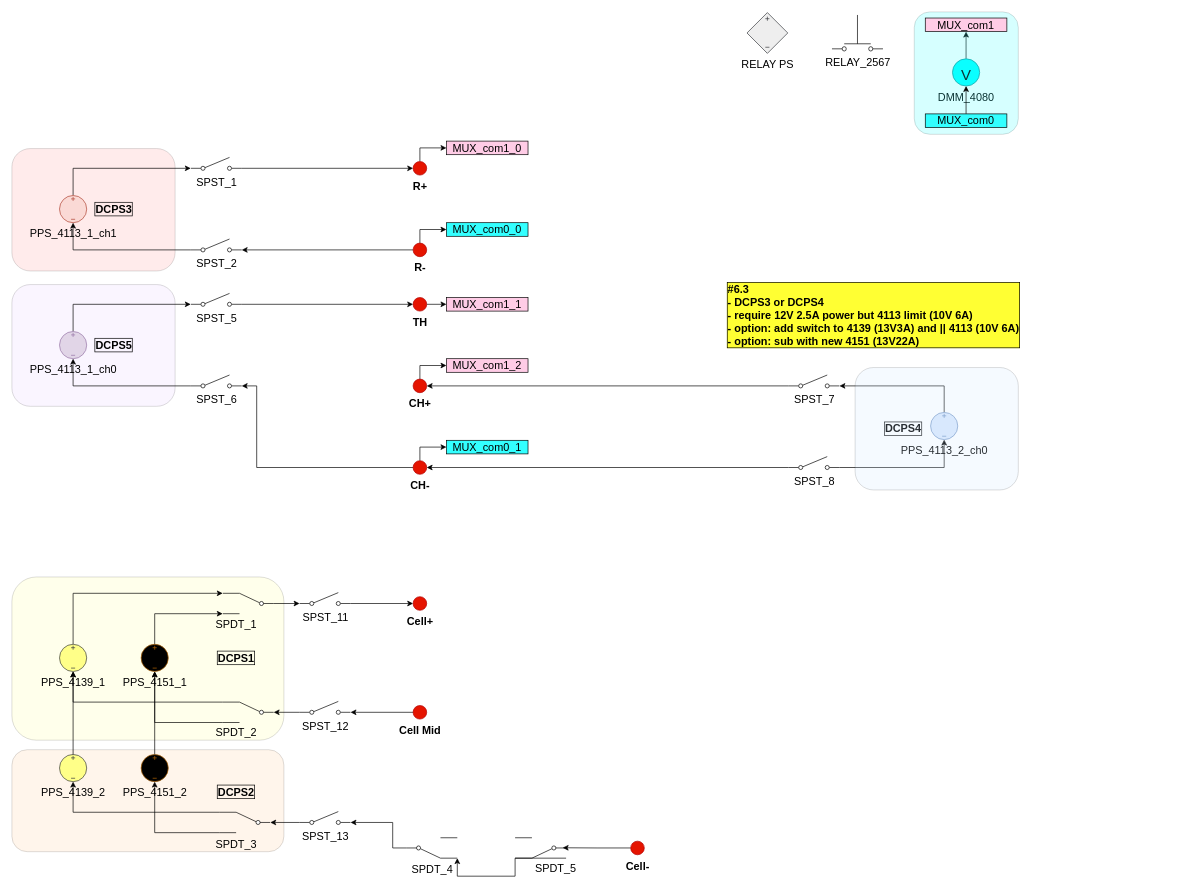
The draw.io diagram BMS_device_B_6p3.drawio in ktlim-xy/draw-io, before the edit. Source tidied: cells renumbered, new cells numbered last; positions are measured from the earlier drawing's top-left corner, leaving out a move shared by most shapes. Both pictures are drawn from the tidied source at 68%, with x=0, y=0 at pixel (12, 12).
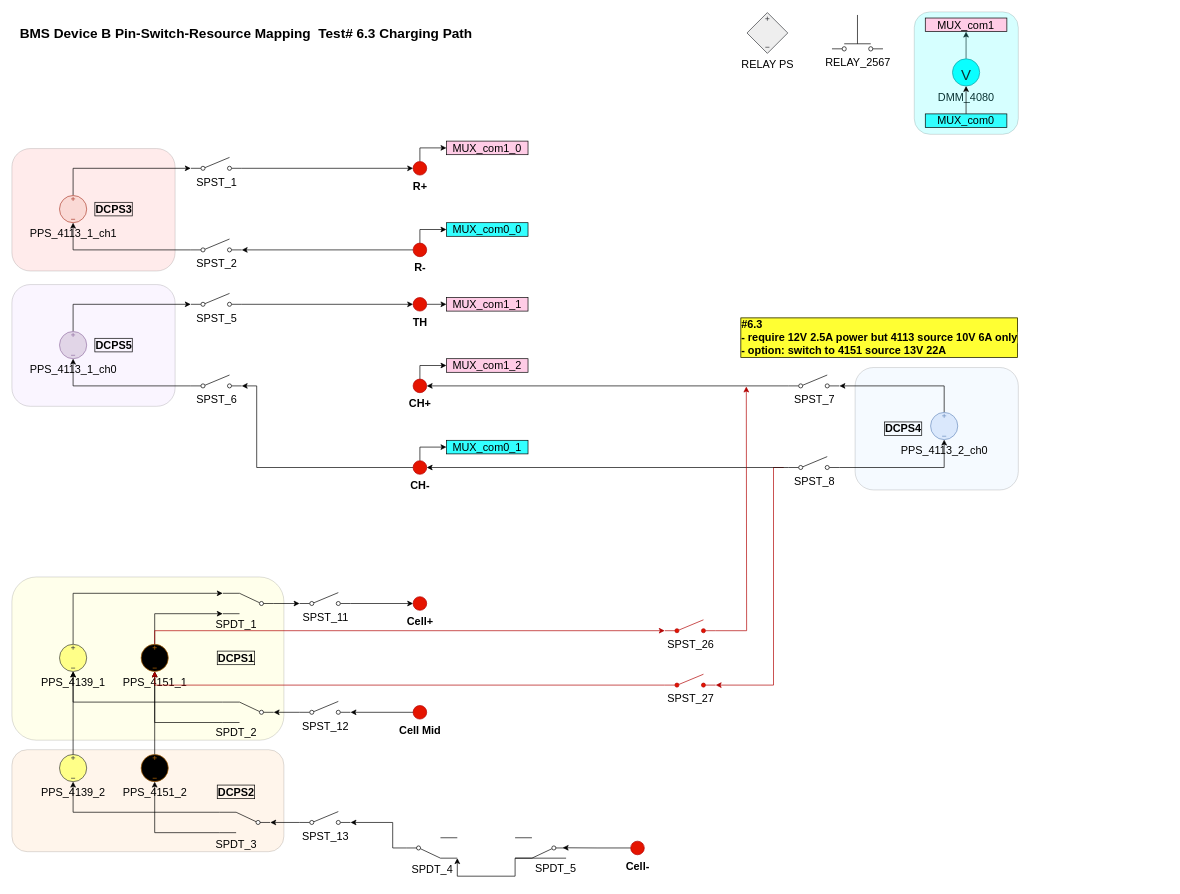
After the change.

The change refers to these unchanged cells:
```xml
<mxCell id="19" value="CH-" style="verticalLabelPosition=bottom;shadow=0;dashed=0;align=center;html=1;verticalAlign=top;strokeWidth=1;shape=ellipse;perimeter=ellipsePerimeter;fillColor=#e51400;fontColor=light-dark(#000000,#FF0000);strokeColor=#B20000;fontSize=16;fontStyle=1;" parent="1" vertex="1">
  <mxGeometry x="590" y="660" width="20" height="20" as="geometry" />
</mxCell>
<mxCell id="21" value="PPS_4113_2_ch0" style="verticalLabelPosition=bottom;shadow=0;dashed=0;align=center;html=1;verticalAlign=top;shape=mxgraph.electrical.signal_sources.source;points=[[0.5,0,0],[1,0.5,0],[0.5,1,0],[0,0.5,0]];elSignalType=dc3;rotation=0;fillColor=#dae8fc;strokeColor=#6c8ebf;fontSize=16;" parent="1" vertex="1">
  <mxGeometry x="1351" y="589" width="40" height="40" as="geometry" />
</mxCell>
<mxCell id="26" value="SPST_8" style="html=1;shape=mxgraph.electrical.electro-mechanical.singleSwitch;elSwitchState=off;verticalAlign=top;labelPosition=center;verticalLabelPosition=bottom;align=center;fontSize=16;" parent="1" vertex="1">
  <mxGeometry x="1142" y="654" width="75" height="20" as="geometry" />
</mxCell>
<mxCell id="55" value="PPS_4151_1" style="verticalLabelPosition=bottom;shadow=0;dashed=0;align=center;html=1;verticalAlign=top;shape=mxgraph.electrical.signal_sources.source;points=[[0.5,0,0],[1,0.5,0],[0.5,1,0],[0,0.5,0]];elSignalType=dc3;rotation=0;fillColor=#000000;strokeColor=#b46504;fontSize=16;" parent="1" vertex="1">
  <mxGeometry x="190" y="930" width="40" height="40" as="geometry" />
</mxCell>
```

What changed in the source:
```diff
@@
+    <mxCell id="89" style="rounded=1;whiteSpace=wrap;html=1;fillColor=#CCE5FF;gradientColor=none;fillStyle=auto;gradientDirection=radial;opacity=20;fontSize=16;" parent="1" vertex="1">
+      <mxGeometry x="1240" y="523" width="240" height="180" as="geometry" />
+    </mxCell>
@@
+    <mxCell id="93" style="edgeStyle=orthogonalEdgeStyle;rounded=0;jettySize=auto;html=1;entryX=1;entryY=0.8;entryDx=0;entryDy=0;fillColor=#e51400;strokeColor=#B20000;" parent="1" edge="1" target="98">
+      <mxGeometry relative="1" as="geometry">
+        <mxPoint x="1135" y="670" as="sourcePoint" />
+        <Array as="points">
+          <mxPoint x="1120" y="670" />
+          <mxPoint x="1120" y="990" />
+        </Array>
+      </mxGeometry>
+    </mxCell>
@@
+    <mxCell id="25" style="edgeStyle=orthogonalEdgeStyle;rounded=0;jettySize=auto;html=1;exitX=0;exitY=0.8;exitDx=0;exitDy=0;entryX=1;entryY=0.5;entryDx=0;entryDy=0;fontSize=16;" parent="1" edge="1" source="26" target="19">
+      <mxGeometry relative="1" as="geometry" />
+    </mxCell>
-    <mxCell id="24" style="edgeStyle=orthogonalEdgeStyle;rounded=0;jettySize=auto;html=1;exitX=1;exitY=0.8;exitDx=0;exitDy=0;fontSize=16;" parent="1" edge="1" source="26" target="21">
+    <mxCell id="24" style="edgeStyle=orthogonalEdgeStyle;rounded=0;jettySize=auto;html=1;exitX=1;exitY=0.8;exitDx=0;exitDy=0;" parent="1" edge="1" source="26" target="21">
       <mxGeometry relative="1" as="geometry" />
     </mxCell>
-    <mxCell id="25" style="edgeStyle=orthogonalEdgeStyle;rounded=0;jettySize=auto;html=1;exitX=0;exitY=0.8;exitDx=0;exitDy=0;entryX=1;entryY=0.5;entryDx=0;entryDy=0;fontSize=16;" parent="1" edge="1" source="26" target="19">
-      <mxGeometry relative="1" as="geometry" />
-    </mxCell>
@@
+    <mxCell id="94" style="edgeStyle=orthogonalEdgeStyle;rounded=0;jettySize=auto;html=1;exitX=0.5;exitY=0;exitDx=0;exitDy=0;exitPerimeter=0;entryX=0;entryY=0.8;entryDx=0;entryDy=0;fillColor=#e51400;strokeColor=#B20000;" parent="1" edge="1" source="55" target="97">
+      <mxGeometry relative="1" as="geometry" />
+    </mxCell>
@@
-    <mxCell id="80" value="#6.3&lt;div&gt;- DCPS3 or DCPS4&lt;/div&gt;&lt;div&gt;-&amp;nbsp;&lt;span style=&quot;background-color: light-dark(rgb(255, 255, 51), rgb(43, 43, 0)); color: light-dark(rgb(0, 0, 0), rgb(237, 237, 237));&quot;&gt;require 12V 2.5A power but&amp;nbsp;&lt;/span&gt;&lt;span style=&quot;background-color: light-dark(rgb(255, 255, 51), rgb(43, 43, 0)); color: light-dark(rgb(0, 0, 0), rgb(237, 237, 237));&quot;&gt;4113 limit (10V 6A)&lt;/span&gt;&lt;div&gt;- option: add switch to 4139 (13V3A) and || 4113 (10V 6A)&lt;/div&gt;&lt;div&gt;- option: sub with new 4151 (13V22A)&amp;nbsp;&lt;br&gt;&lt;/div&gt;&lt;/div&gt;" style="text;html=1;whiteSpace=wrap;strokeColor=none;fillColor=none;align=left;verticalAlign=middle;rounded=0;fontStyle=1;fontColor=#000000;fontSize=16;labelBorderColor=default;labelBackgroundColor=#FFFF33;" parent="1" vertex="1">
-      <mxGeometry x="1050" y="387" width="630" height="118" as="geometry" />
+    <mxCell id="80" value="#6.3&lt;div&gt;-&amp;nbsp;&lt;span style=&quot;color: light-dark(rgb(0, 0, 0), rgb(237, 237, 237)); background-color: light-dark(rgb(255, 255, 51), rgb(43, 43, 0));&quot;&gt;require 12V 2.5A power but &lt;/span&gt;&lt;span style=&quot;color: light-dark(rgb(0, 0, 0), rgb(237, 237, 237)); background-color: light-dark(rgb(255, 255, 51), rgb(43, 43, 0));&quot;&gt;4113 source 10V 6A only&lt;/span&gt;&lt;/div&gt;&lt;div&gt;&lt;div&gt;- option: switch to&amp;nbsp;&lt;span style=&quot;background-color: light-dark(rgb(255, 255, 51), rgb(43, 43, 0)); color: light-dark(rgb(0, 0, 0), rgb(237, 237, 237));&quot;&gt;4151 source 13V 22A&lt;/span&gt;&lt;/div&gt;&lt;/div&gt;" style="text;html=1;whiteSpace=wrap;strokeColor=none;fillColor=none;align=left;verticalAlign=middle;rounded=0;fontStyle=1;fontColor=#000000;fontSize=16;labelBorderColor=default;labelBackgroundColor=#FFFF33;" parent="1" vertex="1">
+      <mxGeometry x="1070" y="420" width="630" height="118" as="geometry" />
     </mxCell>
@@
-    <mxCell id="89" style="rounded=1;whiteSpace=wrap;html=1;fillColor=#CCE5FF;gradientColor=none;fillStyle=auto;gradientDirection=radial;opacity=20;fontSize=16;" parent="1" vertex="1">
-      <mxGeometry x="1240" y="523" width="240" height="180" as="geometry" />
-    </mxCell>
@@
+    <mxCell id="95" value="&lt;b&gt;BMS Device B Pin-Switch-Resource Mapping&amp;nbsp; Test# 6.3 Charging Path&lt;/b&gt;" style="text;html=1;whiteSpace=wrap;strokeColor=none;fillColor=none;align=left;verticalAlign=middle;rounded=0;fontSize=20;" parent="1" vertex="1">
+      <mxGeometry x="10" y="16" width="830" height="30" as="geometry" />
+    </mxCell>
+    <mxCell id="96" style="edgeStyle=orthogonalEdgeStyle;rounded=0;jettySize=auto;html=1;exitX=1;exitY=0.8;exitDx=0;exitDy=0;fillColor=#e51400;strokeColor=#B20000;" parent="1" edge="1" source="97">
+      <mxGeometry relative="1" as="geometry">
+        <mxPoint x="1080" y="551" as="targetPoint" />
+      </mxGeometry>
+    </mxCell>
+    <mxCell id="97" value="SPST_26" style="html=1;shape=mxgraph.electrical.electro-mechanical.singleSwitch;elSwitchState=off;verticalAlign=top;labelPosition=center;verticalLabelPosition=bottom;align=center;fontSize=16;fillColor=#e51400;strokeColor=#B20000;fontColor=#000000;" parent="1" vertex="1">
+      <mxGeometry x="960" y="894" width="75" height="20" as="geometry" />
+    </mxCell>
+    <mxCell id="98" value="SPST_27" style="html=1;shape=mxgraph.electrical.electro-mechanical.singleSwitch;elSwitchState=off;verticalAlign=top;labelPosition=center;verticalLabelPosition=bottom;align=center;fontSize=16;fillColor=#e51400;strokeColor=#B20000;fontColor=#000000;" parent="1" vertex="1">
+      <mxGeometry x="960" y="974" width="75" height="20" as="geometry" />
+    </mxCell>
+    <mxCell id="99" style="edgeStyle=orthogonalEdgeStyle;rounded=0;jettySize=auto;html=1;exitX=0;exitY=0.8;exitDx=0;exitDy=0;entryX=0.5;entryY=1;entryDx=0;entryDy=0;entryPerimeter=0;fillColor=#e51400;strokeColor=#B20000;" parent="1" edge="1" source="98" target="55">
+      <mxGeometry relative="1" as="geometry" />
+    </mxCell>
```
